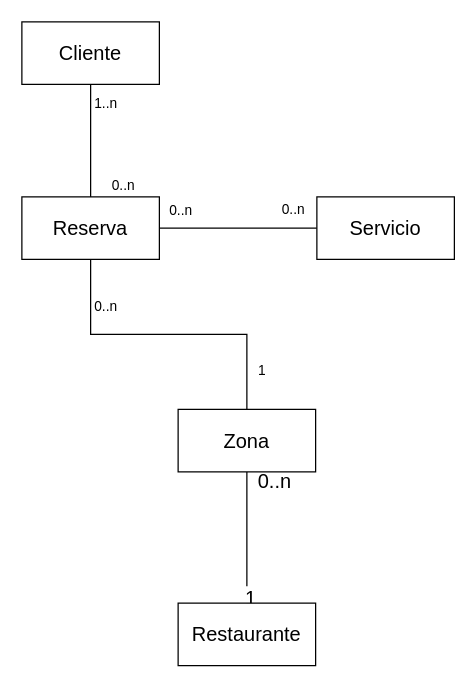
The draw.io diagram page "BasicClass" (1 of 5) of models/tempus-UML.drawio in Lopez10/tempus-backend, before the edit. Source tidied: cells renumbered, new cells numbered last; positions are measured from the earlier drawing's top-left corner, leaving out a move shared by most shapes. Both pictures are drawn from the tidied source at 125%, with x=0, y=0 at pixel (21, 21).
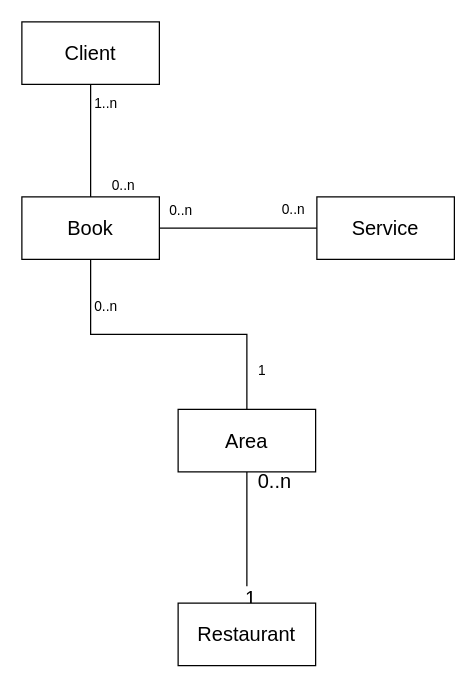
The same page after the edit.

Commit message:
Translate to English

Change to the diagram source:
```diff
@@
-    <mxCell id="7" value="Reserva" style="html=1;whiteSpace=wrap;fontSize=16;" parent="1" vertex="1">
+    <mxCell id="7" value="Book" style="html=1;whiteSpace=wrap;fontSize=16;" parent="1" vertex="1">
       <mxGeometry y="140" width="110" height="50" as="geometry" />
     </mxCell>
-    <mxCell id="8" value="Cliente" style="html=1;whiteSpace=wrap;fontSize=16;" parent="1" vertex="1">
+    <mxCell id="8" value="Client" style="html=1;whiteSpace=wrap;fontSize=16;" parent="1" vertex="1">
       <mxGeometry width="110" height="50" as="geometry" />
     </mxCell>
@@
-    <mxCell id="12" value="Restaurante" style="html=1;whiteSpace=wrap;fontSize=16;" parent="1" vertex="1">
+    <mxCell id="12" value="Restaurant" style="html=1;whiteSpace=wrap;fontSize=16;" parent="1" vertex="1">
       <mxGeometry x="125" y="465" width="110" height="50" as="geometry" />
     </mxCell>
@@
-    <mxCell id="16" value="Zona" style="html=1;whiteSpace=wrap;fontSize=16;" parent="1" vertex="1">
+    <mxCell id="16" value="Area" style="html=1;whiteSpace=wrap;fontSize=16;" parent="1" vertex="1">
       <mxGeometry x="125" y="310" width="110" height="50" as="geometry" />
     </mxCell>
-    <mxCell id="17" value="Servicio" style="html=1;whiteSpace=wrap;fontSize=16;" parent="1" vertex="1">
+    <mxCell id="17" value="Service" style="html=1;whiteSpace=wrap;fontSize=16;" parent="1" vertex="1">
       <mxGeometry x="236" y="140" width="110" height="50" as="geometry" />
     </mxCell>
```
